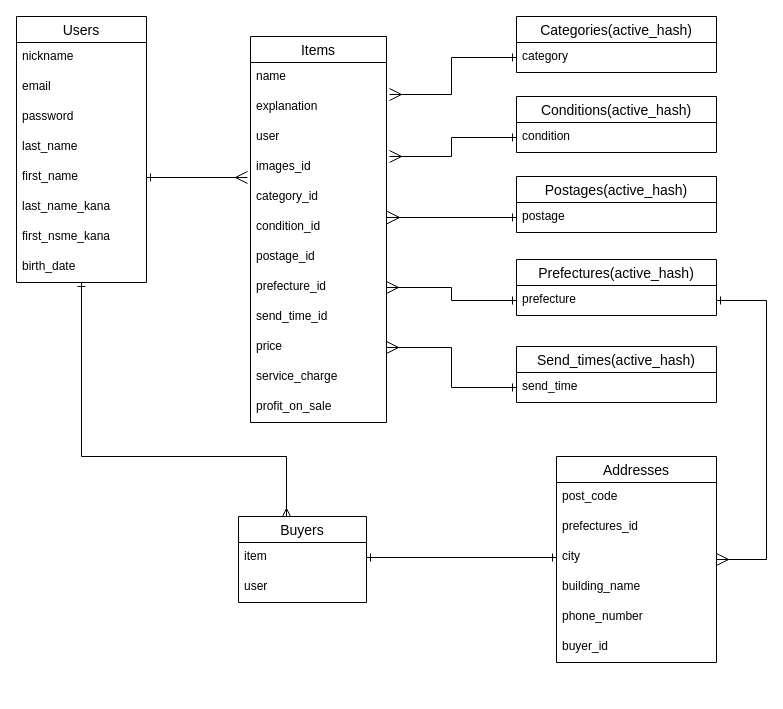
fumie-03/furima-28645 keeps this draw.io diagram as furima.dio. Above is the earlier version. Source tidied: cells renumbered, new cells numbered last; positions are measured from the earlier drawing's top-left corner, leaving out a move shared by most shapes. Both pictures are drawn from the tidied source at 100%, with x=0, y=0 at pixel (16, 16).
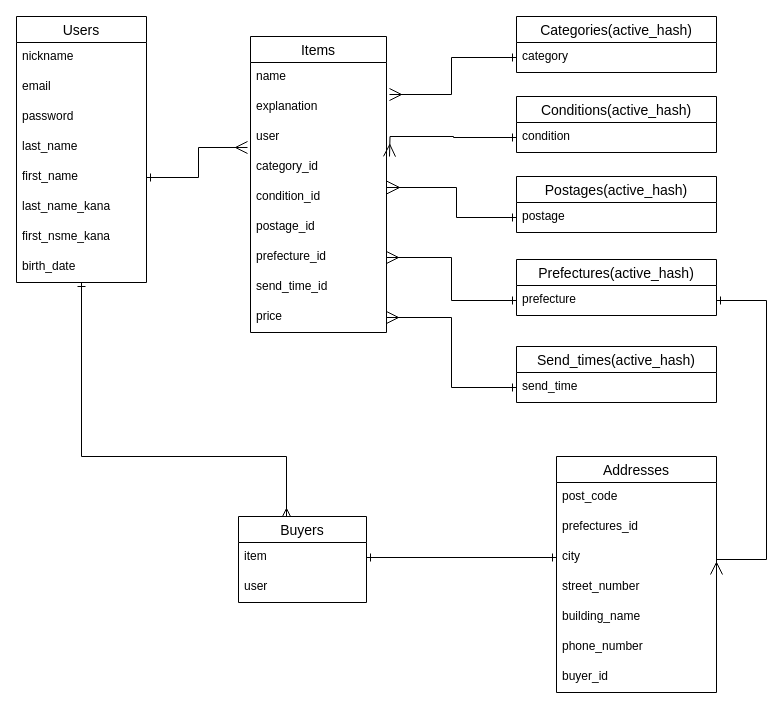
After the change.

Unchanged cells that the change refers to:
```xml
<mxCell id="26" value="condition" style="text;strokeColor=none;fillColor=none;spacingLeft=4;spacingRight=4;overflow=hidden;points=[[0,0.5],[1,0.5]];portConstraint=eastwest;fontSize=12;" parent="25" vertex="1">
  <mxGeometry y="26" width="200" height="30" as="geometry" />
</mxCell>
```

Change to the diagram source:
```diff
@@
     <mxCell id="11" value="Items" style="swimlane;fontStyle=0;horizontal=1;startSize=26;align=center;fontSize=14;" parent="1" vertex="1">
-      <mxGeometry x="234" y="20" width="136" height="386" as="geometry" />
+      <mxGeometry x="234" y="20" width="136" height="296" as="geometry" />
     </mxCell>
@@
-    <mxCell id="15" value="images_id" style="text;strokeColor=none;fillColor=none;spacingLeft=4;spacingRight=4;overflow=hidden;points=[[0,0.5],[1,0.5]];portConstraint=eastwest;fontSize=12;" parent="11" vertex="1">
-      <mxGeometry y="116" width="136" height="30" as="geometry" />
-    </mxCell>
     <mxCell id="16" value="category_id" style="text;strokeColor=none;fillColor=none;spacingLeft=4;spacingRight=4;overflow=hidden;points=[[0,0.5],[1,0.5]];portConstraint=eastwest;fontSize=12;" parent="11" vertex="1">
-      <mxGeometry y="146" width="136" height="30" as="geometry" />
+      <mxGeometry y="116" width="136" height="30" as="geometry" />
     </mxCell>
     <mxCell id="17" value="condition_id" style="text;strokeColor=none;fillColor=none;spacingLeft=4;spacingRight=4;overflow=hidden;points=[[0,0.5],[1,0.5]];portConstraint=eastwest;fontSize=12;" parent="11" vertex="1">
-      <mxGeometry y="176" width="136" height="30" as="geometry" />
+      <mxGeometry y="146" width="136" height="30" as="geometry" />
     </mxCell>
     <mxCell id="18" value="postage_id" style="text;strokeColor=none;fillColor=none;spacingLeft=4;spacingRight=4;overflow=hidden;fontSize=12;" parent="11" vertex="1">
-      <mxGeometry y="206" width="136" height="30" as="geometry" />
+      <mxGeometry y="176" width="136" height="30" as="geometry" />
     </mxCell>
     <mxCell id="19" value="prefecture_id" style="text;strokeColor=none;fillColor=none;spacingLeft=4;spacingRight=4;overflow=hidden;points=[[0,0.5],[1,0.5]];portConstraint=eastwest;fontSize=12;" parent="11" vertex="1">
-      <mxGeometry y="236" width="136" height="30" as="geometry" />
+      <mxGeometry y="206" width="136" height="30" as="geometry" />
     </mxCell>
     <mxCell id="20" value="send_time_id" style="text;strokeColor=none;fillColor=none;spacingLeft=4;spacingRight=4;overflow=hidden;fontSize=12;" parent="11" vertex="1">
-      <mxGeometry y="266" width="136" height="30" as="geometry" />
+      <mxGeometry y="236" width="136" height="30" as="geometry" />
     </mxCell>
     <mxCell id="21" value="price" style="text;strokeColor=none;fillColor=none;spacingLeft=4;spacingRight=4;overflow=hidden;points=[[0,0.5],[1,0.5]];portConstraint=eastwest;fontSize=12;" parent="11" vertex="1">
-      <mxGeometry y="296" width="136" height="30" as="geometry" />
+      <mxGeometry y="266" width="136" height="30" as="geometry" />
     </mxCell>
-    <mxCell id="22" value="service_charge" style="text;strokeColor=none;fillColor=none;spacingLeft=4;spacingRight=4;overflow=hidden;fontSize=12;" parent="11" vertex="1">
-      <mxGeometry y="326" width="136" height="30" as="geometry" />
-    </mxCell>
-    <mxCell id="23" value="profit_on_sale" style="text;strokeColor=none;fillColor=none;spacingLeft=4;spacingRight=4;overflow=hidden;fontSize=12;" parent="11" vertex="1">
-      <mxGeometry y="356" width="136" height="30" as="geometry" />
-    </mxCell>
@@
-    <mxCell id="38" style="edgeStyle=orthogonalEdgeStyle;rounded=0;jettySize=auto;html=1;entryX=1.022;entryY=0.133;entryDx=0;entryDy=0;entryPerimeter=0;startArrow=ERone;startFill=0;endArrow=ERmany;endFill=0;endSize=10;" parent="1" edge="1" source="26" target="15">
-      <mxGeometry relative="1" as="geometry" />
+    <mxCell id="38" style="edgeStyle=orthogonalEdgeStyle;rounded=0;jettySize=auto;html=1;entryX=1.022;entryY=0.133;entryDx=0;entryDy=0;entryPerimeter=0;startArrow=ERone;startFill=0;endArrow=ERmany;endFill=0;endSize=10;" parent="1" edge="1" source="26">
+      <mxGeometry relative="1" as="geometry">
+        <mxPoint x="373" y="140" as="targetPoint" />
+      </mxGeometry>
     </mxCell>
@@
     <mxCell id="42" value="Addresses" style="swimlane;fontStyle=0;horizontal=1;startSize=26;align=center;fontSize=14;" parent="1" vertex="1">
-      <mxGeometry x="540" y="440" width="160" height="206" as="geometry" />
+      <mxGeometry x="540" y="440" width="160" height="236" as="geometry" />
     </mxCell>
@@
+    <mxCell id="53" value="street_number" style="text;strokeColor=none;fillColor=none;spacingLeft=4;spacingRight=4;overflow=hidden;fontSize=12;" parent="42" vertex="1">
+      <mxGeometry y="116" width="160" height="30" as="geometry" />
+    </mxCell>
     <mxCell id="46" value="building_name" style="text;strokeColor=none;fillColor=none;spacingLeft=4;spacingRight=4;overflow=hidden;fontSize=12;" parent="42" vertex="1">
-      <mxGeometry y="116" width="160" height="30" as="geometry" />
+      <mxGeometry y="146" width="160" height="30" as="geometry" />
     </mxCell>
     <mxCell id="47" value="phone_number" style="text;strokeColor=none;fillColor=none;spacingLeft=4;spacingRight=4;overflow=hidden;fontSize=12;" parent="42" vertex="1">
-      <mxGeometry y="146" width="160" height="30" as="geometry" />
+      <mxGeometry y="176" width="160" height="30" as="geometry" />
     </mxCell>
     <mxCell id="48" value="buyer_id" style="text;strokeColor=none;fillColor=none;spacingLeft=4;spacingRight=4;overflow=hidden;fontSize=12;" parent="42" vertex="1">
-      <mxGeometry y="176" width="160" height="30" as="geometry" />
+      <mxGeometry y="206" width="160" height="30" as="geometry" />
     </mxCell>
```
